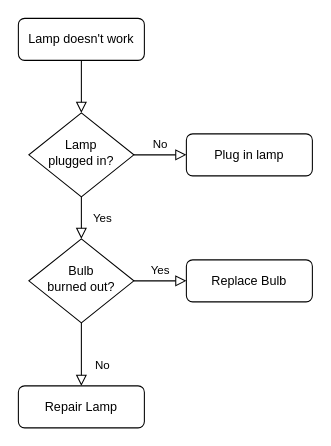
The draw.io diagram Untitled Diagram.drawio in tomas-fuerl/SoSeBaMa, before the edit. Source tidied: cells renumbered, new cells numbered last; positions are measured from the earlier drawing's top-left corner, leaving out a move shared by most shapes. Both pictures are drawn from the tidied source at 105%, with x=0, y=0 at pixel (18, 18).
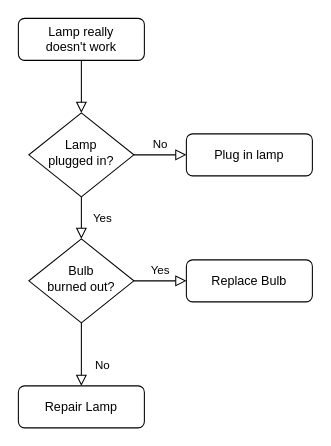
Above is the later version.

Change to the diagram source:
```diff
@@
 <mxGraphModel>
   <root>
     <mxCell id="0" />
     <mxCell id="1" parent="0" />
     <mxCell id="2" style="rounded=0;html=1;jettySize=auto;fontSize=11;endArrow=block;endFill=0;endSize=8;strokeWidth=1;shadow=0;labelBackgroundColor=none;edgeStyle=orthogonalEdgeStyle;" parent="1" edge="1" source="3" target="6">
       <mxGeometry relative="1" as="geometry" />
     </mxCell>
-    <mxCell id="3" value="Lamp doesn't work" style="rounded=1;whiteSpace=wrap;html=1;fontSize=12;glass=0;strokeWidth=1;shadow=0;" parent="1" vertex="1">
+    <mxCell id="3" value="Lamp really &lt;br&gt;doesn't work" style="rounded=1;whiteSpace=wrap;html=1;fontSize=12;glass=0;strokeWidth=1;shadow=0;" parent="1" vertex="1">
       <mxGeometry width="120" height="40" as="geometry" />
     </mxCell>
     <mxCell id="4" value="Yes" style="rounded=0;html=1;jettySize=auto;fontSize=11;endArrow=block;endFill=0;endSize=8;strokeWidth=1;shadow=0;labelBackgroundColor=none;edgeStyle=orthogonalEdgeStyle;" parent="1" edge="1" source="6" target="10">
       <mxGeometry y="20" relative="1" as="geometry" />
     </mxCell>
     <mxCell id="5" value="No" style="edgeStyle=orthogonalEdgeStyle;rounded=0;html=1;jettySize=auto;fontSize=11;endArrow=block;endFill=0;endSize=8;strokeWidth=1;shadow=0;labelBackgroundColor=none;" parent="1" edge="1" source="6" target="7">
       <mxGeometry y="10" relative="1" as="geometry" />
     </mxCell>
     <mxCell id="6" value="Lamp&lt;br&gt;plugged in?" style="rhombus;whiteSpace=wrap;html=1;shadow=0;fontFamily=Helvetica;fontSize=12;align=center;strokeWidth=1;spacing=6;spacingTop=-4;" parent="1" vertex="1">
       <mxGeometry x="10" y="90" width="100" height="80" as="geometry" />
     </mxCell>
     <mxCell id="7" value="Plug in lamp" style="rounded=1;whiteSpace=wrap;html=1;fontSize=12;glass=0;strokeWidth=1;shadow=0;" parent="1" vertex="1">
       <mxGeometry x="160" y="110" width="120" height="40" as="geometry" />
     </mxCell>
     <mxCell id="8" value="No" style="rounded=0;html=1;jettySize=auto;fontSize=11;endArrow=block;endFill=0;endSize=8;strokeWidth=1;shadow=0;labelBackgroundColor=none;edgeStyle=orthogonalEdgeStyle;" parent="1" edge="1" source="10" target="11">
       <mxGeometry x="0.33" y="20" relative="1" as="geometry" />
     </mxCell>
     <mxCell id="9" value="Yes" style="edgeStyle=orthogonalEdgeStyle;rounded=0;html=1;jettySize=auto;fontSize=11;endArrow=block;endFill=0;endSize=8;strokeWidth=1;shadow=0;labelBackgroundColor=none;" parent="1" edge="1" source="10" target="12">
       <mxGeometry y="10" relative="1" as="geometry" />
     </mxCell>
     <mxCell id="10" value="Bulb&lt;br&gt;burned out?" style="rhombus;whiteSpace=wrap;html=1;shadow=0;fontFamily=Helvetica;fontSize=12;align=center;strokeWidth=1;spacing=6;spacingTop=-4;" parent="1" vertex="1">
       <mxGeometry x="10" y="210" width="100" height="80" as="geometry" />
     </mxCell>
     <mxCell id="11" value="Repair Lamp" style="rounded=1;whiteSpace=wrap;html=1;fontSize=12;glass=0;strokeWidth=1;shadow=0;" parent="1" vertex="1">
       <mxGeometry y="350" width="120" height="40" as="geometry" />
     </mxCell>
     <mxCell id="12" value="Replace Bulb" style="rounded=1;whiteSpace=wrap;html=1;fontSize=12;glass=0;strokeWidth=1;shadow=0;" parent="1" vertex="1">
       <mxGeometry x="160" y="230" width="120" height="40" as="geometry" />
     </mxCell>
   </root>
 </mxGraphModel>
```
